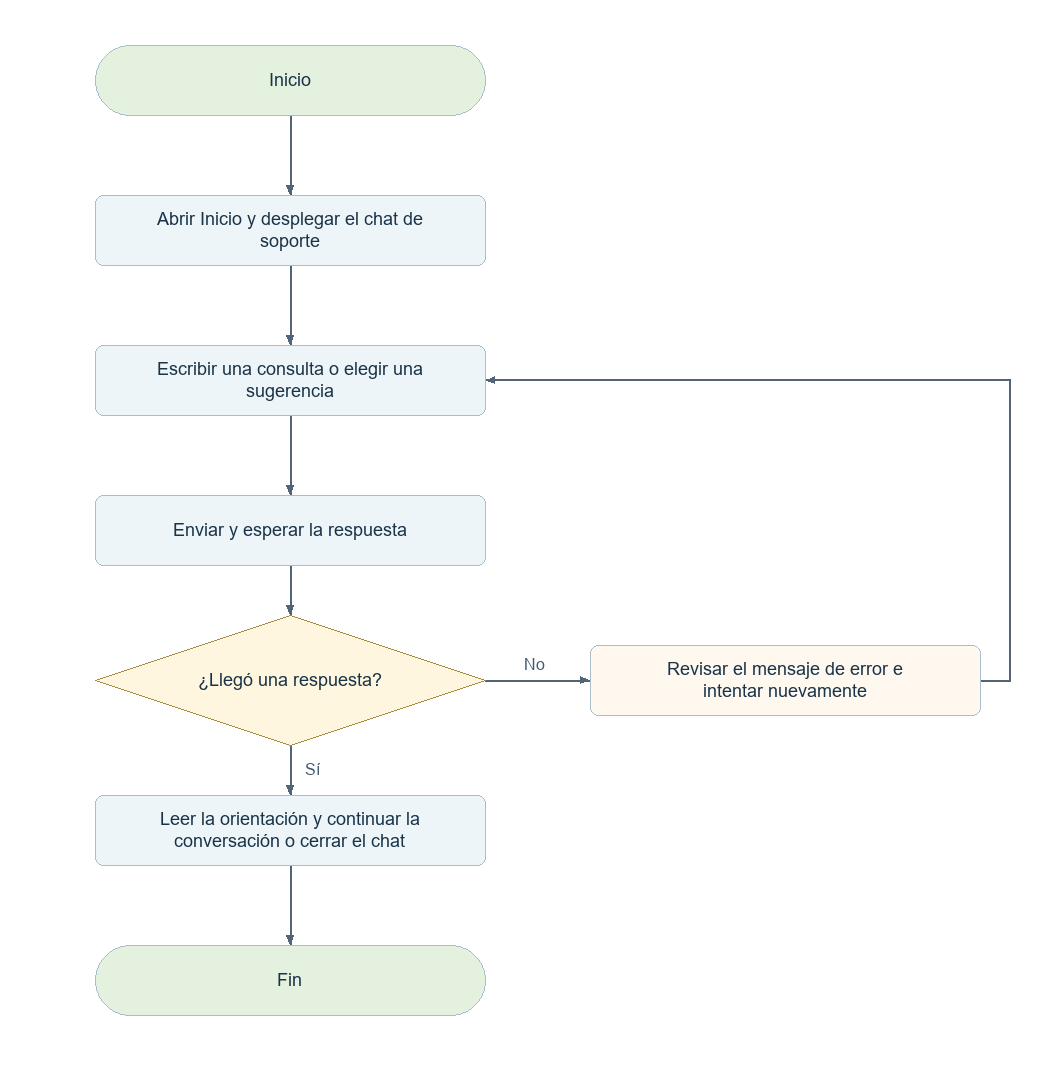
Before: docs/diagramas-web/png/V07.png, a diagram exported from Mermaid (elingeyesdev/t3-crowdfunding-inversion). Its source is kept beside it as docs/diagramas-web/mermaid/V07.mmd. Source of this version:
```mermaid
flowchart TD
  N0(["Inicio"])
  N0 --> N1
  N1["Abrir Inicio y desplegar el chat de soporte"]
  N1 --> N2
  N2["Escribir una consulta o elegir una sugerencia"]
  N2 --> N3
  N3["Enviar y esperar la respuesta"]
  N3 --> N4
  N4{"¿Llegó una respuesta?"}
  N4 -->|"Sí"| N5
  B4["Revisar el mensaje de error e intentar nuevamente"]
  N4 -->|"No"| B4
  B4 --> N2
  N5["Leer la orientación y continuar la conversación o cerrar el chat"]
  N5 --> N6
  N6(["Fin"])
```
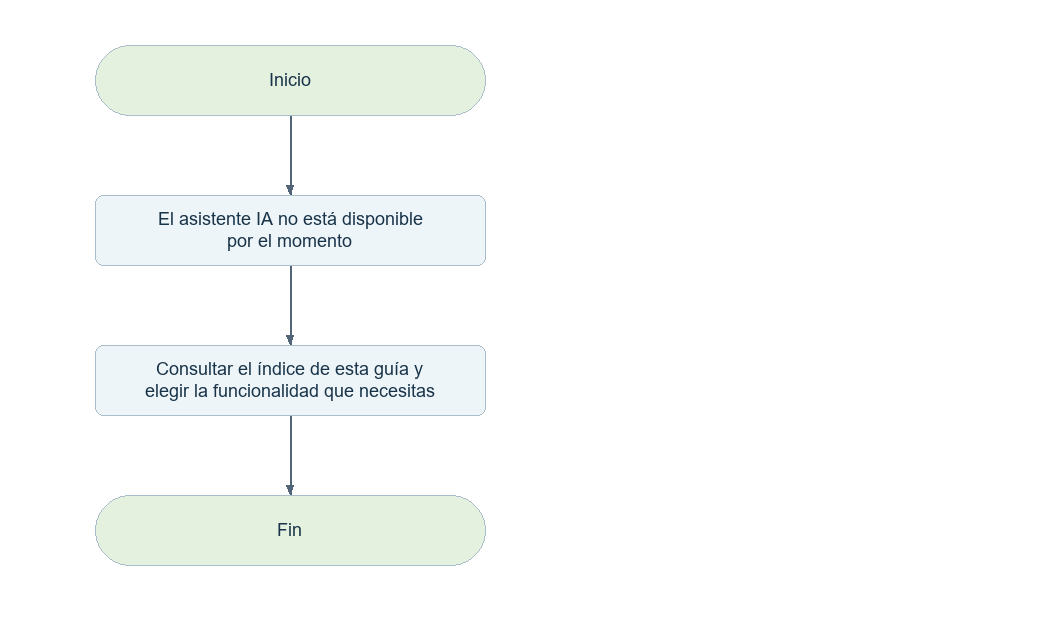
Later version of the same file.

The edit, as a diff of the source:
```diff
@@ -1,17 +1,8 @@
 flowchart TD
   N0(["Inicio"])
   N0 --> N1
-  N1["Abrir Inicio y desplegar el chat de soporte"]
+  N1["El asistente IA no está disponible por el momento"]
   N1 --> N2
-  N2["Escribir una consulta o elegir una sugerencia"]
+  N2["Consultar el índice de esta guía y elegir la funcionalidad que necesitas"]
   N2 --> N3
-  N3["Enviar y esperar la respuesta"]
-  N3 --> N4
-  N4{"¿Llegó una respuesta?"}
-  N4 -->|"Sí"| N5
-  B4["Revisar el mensaje de error e intentar nuevamente"]
-  N4 -->|"No"| B4
-  B4 --> N2
-  N5["Leer la orientación y continuar la conversación o cerrar el chat"]
-  N5 --> N6
-  N6(["Fin"])
+  N3(["Fin"])
```
